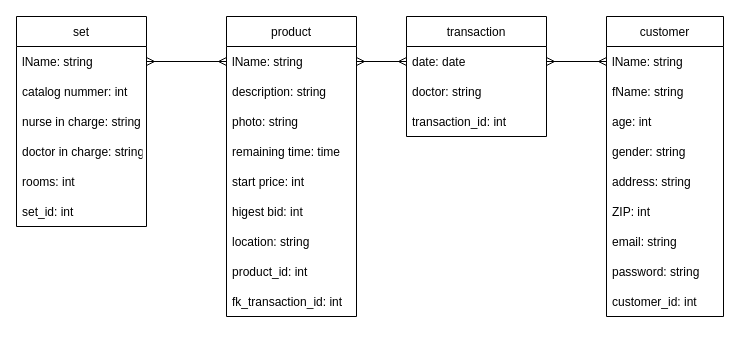
Before: page "Step 4_Norm" (4 of 4) of Sanja ex1-3/ex3.drawio in KateKatze/07.03_SQL, a draw.io diagram. Source tidied: cells renumbered, new cells numbered last; positions are measured from the earlier drawing's top-left corner, leaving out a move shared by most shapes. Both pictures are drawn from the tidied source at 100%, with x=0, y=0 at pixel (16, 16).
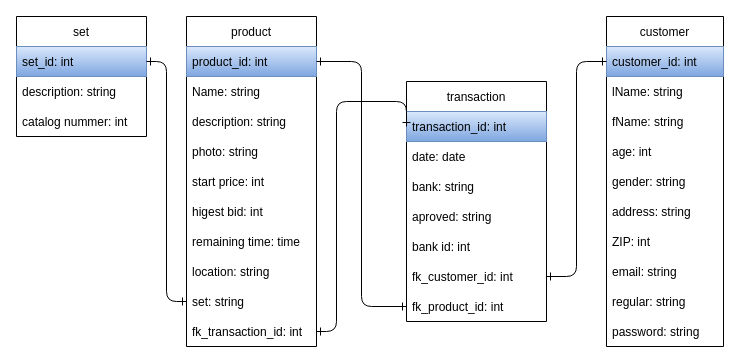
The same diagram, later.

What changed in the source:
```diff
@@
     <mxCell id="2" value="product" style="swimlane;fontStyle=0;horizontal=1;startSize=30;" parent="1" vertex="1">
-      <mxGeometry x="210" width="130" height="300" as="geometry" />
+      <mxGeometry x="170" width="130" height="330" as="geometry" />
     </mxCell>
+    <mxCell id="10" value="product_id: int" style="text;strokeColor=#6c8ebf;fillColor=#dae8fc;align=left;verticalAlign=middle;spacingLeft=4;spacingRight=4;overflow=hidden;points=[[0,0.5],[1,0.5]];portConstraint=eastwest;gradientColor=#7ea6e0;" parent="2" vertex="1">
+      <mxGeometry y="30" width="130" height="30" as="geometry" />
+    </mxCell>
-    <mxCell id="3" value="lName: string" style="text;strokeColor=none;fillColor=none;align=left;verticalAlign=middle;spacingLeft=4;spacingRight=4;overflow=hidden;points=[[0,0.5],[1,0.5]];portConstraint=eastwest;" parent="2" vertex="1">
-      <mxGeometry y="30" width="130" height="30" as="geometry" />
+    <mxCell id="3" value="Name: string" style="text;strokeColor=none;fillColor=none;align=left;verticalAlign=middle;spacingLeft=4;spacingRight=4;overflow=hidden;points=[[0,0.5],[1,0.5]];portConstraint=eastwest;" parent="2" vertex="1">
+      <mxGeometry y="60" width="130" height="30" as="geometry" />
     </mxCell>
     <mxCell id="4" value="description: string" style="text;strokeColor=none;fillColor=none;align=left;verticalAlign=middle;spacingLeft=4;spacingRight=4;overflow=hidden;" parent="2" vertex="1">
-      <mxGeometry y="60" width="130" height="30" as="geometry" />
+      <mxGeometry y="90" width="130" height="30" as="geometry" />
     </mxCell>
     <mxCell id="5" value="photo: string" style="text;strokeColor=none;fillColor=none;align=left;verticalAlign=middle;spacingLeft=4;spacingRight=4;overflow=hidden;" parent="2" vertex="1">
-      <mxGeometry y="90" width="130" height="30" as="geometry" />
+      <mxGeometry y="120" width="130" height="30" as="geometry" />
     </mxCell>
-    <mxCell id="6" value="remaining time: time" style="text;strokeColor=none;fillColor=none;align=left;verticalAlign=middle;spacingLeft=4;spacingRight=4;overflow=hidden;" parent="2" vertex="1">
-      <mxGeometry y="120" width="130" height="30" as="geometry" />
-    </mxCell>
@@
+    <mxCell id="6" value="remaining time: time" style="text;strokeColor=none;fillColor=none;align=left;verticalAlign=middle;spacingLeft=4;spacingRight=4;overflow=hidden;" parent="2" vertex="1">
+      <mxGeometry y="210" width="130" height="30" as="geometry" />
+    </mxCell>
     <mxCell id="9" value="location: string" style="text;strokeColor=none;fillColor=none;align=left;verticalAlign=middle;spacingLeft=4;spacingRight=4;overflow=hidden;" parent="2" vertex="1">
-      <mxGeometry y="210" width="130" height="30" as="geometry" />
+      <mxGeometry y="240" width="130" height="30" as="geometry" />
     </mxCell>
-    <mxCell id="10" value="product_id: int" style="text;strokeColor=none;fillColor=none;align=left;verticalAlign=middle;spacingLeft=4;spacingRight=4;overflow=hidden;points=[[0,0.5],[1,0.5]];portConstraint=eastwest;" parent="2" vertex="1">
-      <mxGeometry y="240" width="130" height="30" as="geometry" />
-    </mxCell>
+    <mxCell id="36" value="set: string" style="text;strokeColor=none;fillColor=none;align=left;verticalAlign=middle;spacingLeft=4;spacingRight=4;overflow=hidden;points=[[0,0.5],[1,0.5]];portConstraint=eastwest;" parent="2" vertex="1">
+      <mxGeometry y="270" width="130" height="30" as="geometry" />
+    </mxCell>
     <mxCell id="11" value="fk_transaction_id: int" style="text;strokeColor=none;fillColor=none;align=left;verticalAlign=middle;spacingLeft=4;spacingRight=4;overflow=hidden;points=[[0,0.5],[1,0.5]];portConstraint=eastwest;" parent="2" vertex="1">
-      <mxGeometry y="270" width="130" height="30" as="geometry" />
+      <mxGeometry y="300" width="130" height="30" as="geometry" />
     </mxCell>
     <mxCell id="12" value="customer" style="swimlane;fontStyle=0;horizontal=1;startSize=30;" parent="1" vertex="1">
-      <mxGeometry x="590" width="117" height="300" as="geometry" />
+      <mxGeometry x="590" width="117" height="330" as="geometry" />
     </mxCell>
+    <mxCell id="21" value="customer_id: int" style="text;strokeColor=#6c8ebf;fillColor=#dae8fc;align=left;verticalAlign=middle;spacingLeft=4;spacingRight=4;overflow=hidden;points=[[0,0.5],[1,0.5]];portConstraint=eastwest;gradientColor=#7ea6e0;" parent="12" vertex="1">
+      <mxGeometry y="30" width="117" height="30" as="geometry" />
+    </mxCell>
     <mxCell id="13" value="lName: string" style="text;strokeColor=none;fillColor=none;align=left;verticalAlign=middle;spacingLeft=4;spacingRight=4;overflow=hidden;points=[[0,0.5],[1,0.5]];portConstraint=eastwest;" parent="12" vertex="1">
-      <mxGeometry y="30" width="117" height="30" as="geometry" />
+      <mxGeometry y="60" width="117" height="30" as="geometry" />
     </mxCell>
     <mxCell id="14" value="fName: string" style="text;strokeColor=none;fillColor=none;align=left;verticalAlign=middle;spacingLeft=4;spacingRight=4;overflow=hidden;" parent="12" vertex="1">
-      <mxGeometry y="60" width="117" height="30" as="geometry" />
+      <mxGeometry y="90" width="117" height="30" as="geometry" />
     </mxCell>
     <mxCell id="15" value="age: int" style="text;strokeColor=none;fillColor=none;align=left;verticalAlign=middle;spacingLeft=4;spacingRight=4;overflow=hidden;" parent="12" vertex="1">
-      <mxGeometry y="90" width="117" height="30" as="geometry" />
+      <mxGeometry y="120" width="117" height="30" as="geometry" />
     </mxCell>
     <mxCell id="16" value="gender: string" style="text;strokeColor=none;fillColor=none;align=left;verticalAlign=middle;spacingLeft=4;spacingRight=4;overflow=hidden;" parent="12" vertex="1">
-      <mxGeometry y="120" width="117" height="30" as="geometry" />
+      <mxGeometry y="150" width="117" height="30" as="geometry" />
     </mxCell>
     <mxCell id="17" value="address: string" style="text;strokeColor=none;fillColor=none;align=left;verticalAlign=middle;spacingLeft=4;spacingRight=4;overflow=hidden;" parent="12" vertex="1">
-      <mxGeometry y="150" width="117" height="30" as="geometry" />
+      <mxGeometry y="180" width="117" height="30" as="geometry" />
     </mxCell>
     <mxCell id="18" value="ZIP: int" style="text;strokeColor=none;fillColor=none;align=left;verticalAlign=middle;spacingLeft=4;spacingRight=4;overflow=hidden;" parent="12" vertex="1">
-      <mxGeometry y="180" width="117" height="30" as="geometry" />
+      <mxGeometry y="210" width="117" height="30" as="geometry" />
     </mxCell>
     <mxCell id="19" value="email: string" style="text;strokeColor=none;fillColor=none;align=left;verticalAlign=middle;spacingLeft=4;spacingRight=4;overflow=hidden;" parent="12" vertex="1">
-      <mxGeometry y="210" width="117" height="30" as="geometry" />
+      <mxGeometry y="240" width="117" height="30" as="geometry" />
     </mxCell>
+    <mxCell id="37" value="regular: string" style="text;strokeColor=none;fillColor=none;align=left;verticalAlign=middle;spacingLeft=4;spacingRight=4;overflow=hidden;" parent="12" vertex="1">
+      <mxGeometry y="270" width="117" height="30" as="geometry" />
+    </mxCell>
     <mxCell id="20" value="password: string" style="text;strokeColor=none;fillColor=none;align=left;verticalAlign=middle;spacingLeft=4;spacingRight=4;overflow=hidden;" parent="12" vertex="1">
-      <mxGeometry y="240" width="117" height="30" as="geometry" />
+      <mxGeometry y="300" width="117" height="30" as="geometry" />
     </mxCell>
-    <mxCell id="21" value="customer_id: int" style="text;strokeColor=none;fillColor=none;align=left;verticalAlign=middle;spacingLeft=4;spacingRight=4;overflow=hidden;points=[[0,0.5],[1,0.5]];portConstraint=eastwest;" parent="12" vertex="1">
-      <mxGeometry y="270" width="117" height="30" as="geometry" />
-    </mxCell>
     <mxCell id="22" value="transaction" style="swimlane;fontStyle=0;horizontal=1;startSize=30;" parent="1" vertex="1">
-      <mxGeometry x="390" width="140" height="120" as="geometry" />
+      <mxGeometry x="390" y="65" width="140" height="240" as="geometry" />
     </mxCell>
+    <mxCell id="25" value="transaction_id: int" style="text;strokeColor=#6c8ebf;fillColor=#dae8fc;align=left;verticalAlign=middle;spacingLeft=4;spacingRight=4;overflow=hidden;points=[[0,0.5],[1,0.5]];portConstraint=eastwest;gradientColor=#7ea6e0;" parent="22" vertex="1">
+      <mxGeometry y="30" width="140" height="30" as="geometry" />
+    </mxCell>
     <mxCell id="23" value="date: date" style="text;strokeColor=none;fillColor=none;align=left;verticalAlign=middle;spacingLeft=4;spacingRight=4;overflow=hidden;points=[[0,0.5],[1,0.5]];portConstraint=eastwest;" parent="22" vertex="1">
-      <mxGeometry y="30" width="140" height="30" as="geometry" />
+      <mxGeometry y="60" width="140" height="30" as="geometry" />
     </mxCell>
-    <mxCell id="24" value="doctor: string" style="text;strokeColor=none;fillColor=none;align=left;verticalAlign=middle;spacingLeft=4;spacingRight=4;overflow=hidden;" parent="22" vertex="1">
-      <mxGeometry y="60" width="140" height="30" as="geometry" />
-    </mxCell>
-    <mxCell id="25" value="transaction_id: int" style="text;strokeColor=none;fillColor=none;align=left;verticalAlign=middle;spacingLeft=4;spacingRight=4;overflow=hidden;points=[[0,0.5],[1,0.5]];portConstraint=eastwest;" parent="22" vertex="1">
-      <mxGeometry y="90" width="140" height="30" as="geometry" />
-    </mxCell>
+    <mxCell id="38" value="bank: string" style="text;strokeColor=none;fillColor=none;align=left;verticalAlign=middle;spacingLeft=4;spacingRight=4;overflow=hidden;" parent="22" vertex="1">
+      <mxGeometry y="90" width="140" height="30" as="geometry" />
+    </mxCell>
+    <mxCell id="39" value="aproved: string" style="text;strokeColor=none;fillColor=none;align=left;verticalAlign=middle;spacingLeft=4;spacingRight=4;overflow=hidden;" parent="22" vertex="1">
+      <mxGeometry y="120" width="140" height="30" as="geometry" />
+    </mxCell>
+    <mxCell id="40" value="bank id: int" style="text;strokeColor=none;fillColor=none;align=left;verticalAlign=middle;spacingLeft=4;spacingRight=4;overflow=hidden;" parent="22" vertex="1">
+      <mxGeometry y="150" width="140" height="30" as="geometry" />
+    </mxCell>
+    <mxCell id="41" value="fk_customer_id: int" style="text;strokeColor=none;fillColor=none;align=left;verticalAlign=middle;spacingLeft=4;spacingRight=4;overflow=hidden;points=[[0,0.5],[1,0.5]];portConstraint=eastwest;" parent="22" vertex="1">
+      <mxGeometry y="180" width="140" height="30" as="geometry" />
+    </mxCell>
+    <mxCell id="42" value="fk_product_id: int" style="text;strokeColor=none;fillColor=none;align=left;verticalAlign=middle;spacingLeft=4;spacingRight=4;overflow=hidden;points=[[0,0.5],[1,0.5]];portConstraint=eastwest;" parent="22" vertex="1">
+      <mxGeometry y="210" width="140" height="30" as="geometry" />
+    </mxCell>
     <mxCell id="26" value="set" style="swimlane;fontStyle=0;horizontal=1;startSize=30;" parent="1" vertex="1">
-      <mxGeometry width="130" height="210" as="geometry" />
+      <mxGeometry width="130" height="120" as="geometry" />
     </mxCell>
+    <mxCell id="32" value="set_id: int" style="text;strokeColor=#6c8ebf;fillColor=#dae8fc;align=left;verticalAlign=middle;spacingLeft=4;spacingRight=4;overflow=hidden;points=[[0,0.5],[1,0.5]];portConstraint=eastwest;gradientColor=#7ea6e0;" parent="26" vertex="1">
+      <mxGeometry y="30" width="130" height="30" as="geometry" />
+    </mxCell>
-    <mxCell id="27" value="lName: string" style="text;strokeColor=none;fillColor=none;align=left;verticalAlign=middle;spacingLeft=4;spacingRight=4;overflow=hidden;points=[[0,0.5],[1,0.5]];portConstraint=eastwest;" parent="26" vertex="1">
-      <mxGeometry y="30" width="130" height="30" as="geometry" />
+    <mxCell id="27" value="description: string" style="text;strokeColor=none;fillColor=none;align=left;verticalAlign=middle;spacingLeft=4;spacingRight=4;overflow=hidden;points=[[0,0.5],[1,0.5]];portConstraint=eastwest;" parent="26" vertex="1">
+      <mxGeometry y="60" width="130" height="30" as="geometry" />
     </mxCell>
     <mxCell id="28" value="catalog nummer: int" style="text;strokeColor=none;fillColor=none;align=left;verticalAlign=middle;spacingLeft=4;spacingRight=4;overflow=hidden;" parent="26" vertex="1">
-      <mxGeometry y="60" width="130" height="30" as="geometry" />
+      <mxGeometry y="90" width="130" height="30" as="geometry" />
     </mxCell>
-    <mxCell id="29" value="nurse in charge: string" style="text;strokeColor=none;fillColor=none;align=left;verticalAlign=middle;spacingLeft=4;spacingRight=4;overflow=hidden;" parent="26" vertex="1">
-      <mxGeometry y="90" width="130" height="30" as="geometry" />
-    </mxCell>
-    <mxCell id="30" value="doctor in charge: string" style="text;strokeColor=none;fillColor=none;align=left;verticalAlign=middle;spacingLeft=4;spacingRight=4;overflow=hidden;" parent="26" vertex="1">
-      <mxGeometry y="120" width="130" height="30" as="geometry" />
-    </mxCell>
-    <mxCell id="31" value="rooms: int" style="text;strokeColor=none;fillColor=none;align=left;verticalAlign=middle;spacingLeft=4;spacingRight=4;overflow=hidden;" parent="26" vertex="1">
-      <mxGeometry y="150" width="130" height="30" as="geometry" />
-    </mxCell>
-    <mxCell id="32" value="set_id: int" style="text;strokeColor=none;fillColor=none;align=left;verticalAlign=middle;spacingLeft=4;spacingRight=4;overflow=hidden;points=[[0,0.5],[1,0.5]];portConstraint=eastwest;" parent="26" vertex="1">
-      <mxGeometry y="180" width="130" height="30" as="geometry" />
-    </mxCell>
-    <mxCell id="33" style="edgeStyle=none;html=1;exitX=1;exitY=0.5;exitDx=0;exitDy=0;entryX=0;entryY=0.5;entryDx=0;entryDy=0;startArrow=ERmany;startFill=0;endArrow=ERmany;endFill=0;" parent="1" edge="1" source="27" target="3">
-      <mxGeometry relative="1" as="geometry" />
-    </mxCell>
-    <mxCell id="34" style="edgeStyle=none;html=1;exitX=1;exitY=0.5;exitDx=0;exitDy=0;entryX=0;entryY=0.5;entryDx=0;entryDy=0;startArrow=ERmany;startFill=0;endArrow=ERmany;endFill=0;" parent="1" edge="1" source="3" target="23">
-      <mxGeometry relative="1" as="geometry" />
-    </mxCell>
-    <mxCell id="35" style="edgeStyle=none;html=1;exitX=1;exitY=0.5;exitDx=0;exitDy=0;entryX=0;entryY=0.5;entryDx=0;entryDy=0;startArrow=ERmany;startFill=0;endArrow=ERmany;endFill=0;" parent="1" edge="1" source="23" target="13">
-      <mxGeometry relative="1" as="geometry" />
-    </mxCell>
+    <mxCell id="43" style="edgeStyle=orthogonalEdgeStyle;html=1;exitX=1;exitY=0.5;exitDx=0;exitDy=0;entryX=0;entryY=0.5;entryDx=0;entryDy=0;endArrow=ERone;endFill=0;startArrow=ERone;startFill=0;" parent="1" edge="1" source="32" target="36">
+      <mxGeometry relative="1" as="geometry" />
+    </mxCell>
+    <mxCell id="44" style="edgeStyle=orthogonalEdgeStyle;html=1;exitX=0;exitY=0.5;exitDx=0;exitDy=0;entryX=1;entryY=0.5;entryDx=0;entryDy=0;endArrow=ERone;endFill=0;startArrow=ERone;startFill=0;" parent="1" edge="1" source="25" target="11">
+      <mxGeometry relative="1" as="geometry">
+        <Array as="points">
+          <mxPoint x="390" y="85" />
+          <mxPoint x="320" y="85" />
+          <mxPoint x="320" y="315" />
+        </Array>
+      </mxGeometry>
+    </mxCell>
+    <mxCell id="45" style="edgeStyle=orthogonalEdgeStyle;html=1;exitX=0;exitY=0.5;exitDx=0;exitDy=0;entryX=1;entryY=0.5;entryDx=0;entryDy=0;startArrow=ERone;startFill=0;endArrow=ERone;endFill=0;" parent="1" edge="1" source="21" target="41">
+      <mxGeometry relative="1" as="geometry" />
+    </mxCell>
+    <mxCell id="46" style="edgeStyle=orthogonalEdgeStyle;html=1;exitX=0;exitY=0.5;exitDx=0;exitDy=0;entryX=1;entryY=0.5;entryDx=0;entryDy=0;startArrow=ERone;startFill=0;endArrow=ERone;endFill=0;" parent="1" edge="1" source="42" target="10">
+      <mxGeometry relative="1" as="geometry" />
+    </mxCell>
```
